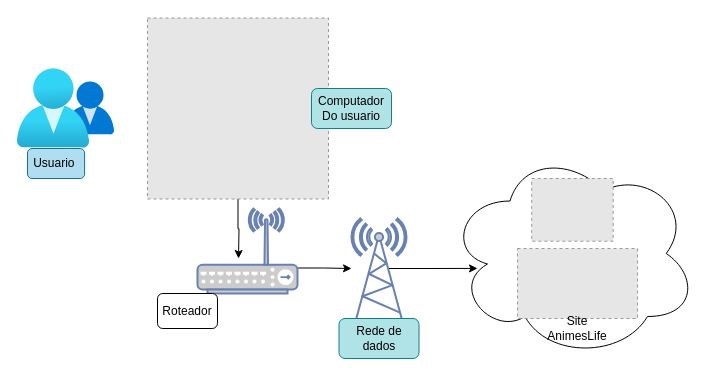
The draw.io diagram page "HLD-ANIMES-LIFE" (2 of 2) of api-projeto-site/T.I/hld.drawio in Ricardobrito1/Site-anime-history, before the edit. Source tidied: cells renumbered, new cells numbered last; positions are measured from the earlier drawing's top-left corner, leaving out a move shared by most shapes. Both pictures are drawn from the tidied source at 100%, with x=0, y=0 at pixel (17, 18). Pictures stored in the file or linked from it are replaced by grey dashed boxes.
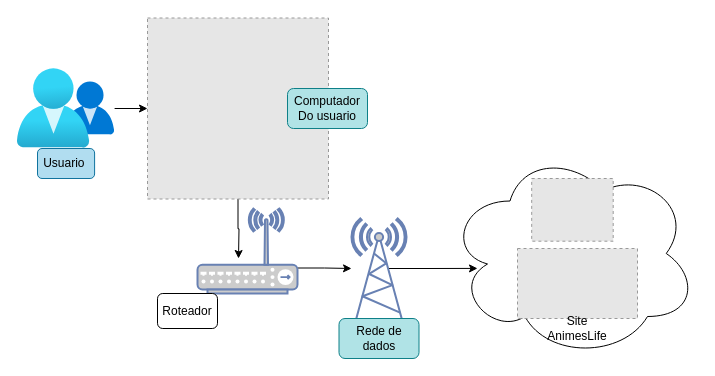
After the change.

The change refers to these unchanged cells:
```xml
<mxCell id="2" style="html=1;points=[];align=center;image;fontSize=12;image=img/lib/azure2/identity/Groups.svg;" parent="1" vertex="1">
  <mxGeometry y="50" width="97.1" height="80" as="geometry" />
</mxCell>
<mxCell id="7" style="fillColor=#E6E6E6;strokeColor=#999999;dashed=1;verticalLabelPosition=bottom;labelBackgroundColor=#ffffff;verticalAlign=top;" parent="1" vertex="1">
  <mxGeometry x="130" y="-0.5" width="181" height="181" as="geometry" />
</mxCell>
```

The edit, as a diff of the source:
```diff
@@
+    <mxCell id="19" style="edgeStyle=orthogonalEdgeStyle;rounded=0;jettySize=auto;html=1;entryX=0;entryY=0.5;entryDx=0;entryDy=0;" parent="1" edge="1" source="2" target="7">
+      <mxGeometry relative="1" as="geometry" />
+    </mxCell>
@@
     <mxCell id="3" value="Usuario&amp;nbsp;" style="rounded=1;whiteSpace=wrap;html=1;fillColor=#b1ddf0;strokeColor=#10739e;" parent="1" vertex="1">
-      <mxGeometry x="10" y="130" width="57.1" height="30" as="geometry" />
+      <mxGeometry x="20" y="130" width="57.1" height="30" as="geometry" />
     </mxCell>
@@
     <mxCell id="16" value="Computador Do usuario" style="rounded=1;whiteSpace=wrap;html=1;fillColor=#b0e3e6;strokeColor=#0e8088;" parent="1" vertex="1">
-      <mxGeometry x="294" y="70" width="80" height="40" as="geometry" />
+      <mxGeometry x="270" y="70" width="80" height="40" as="geometry" />
     </mxCell>
```
